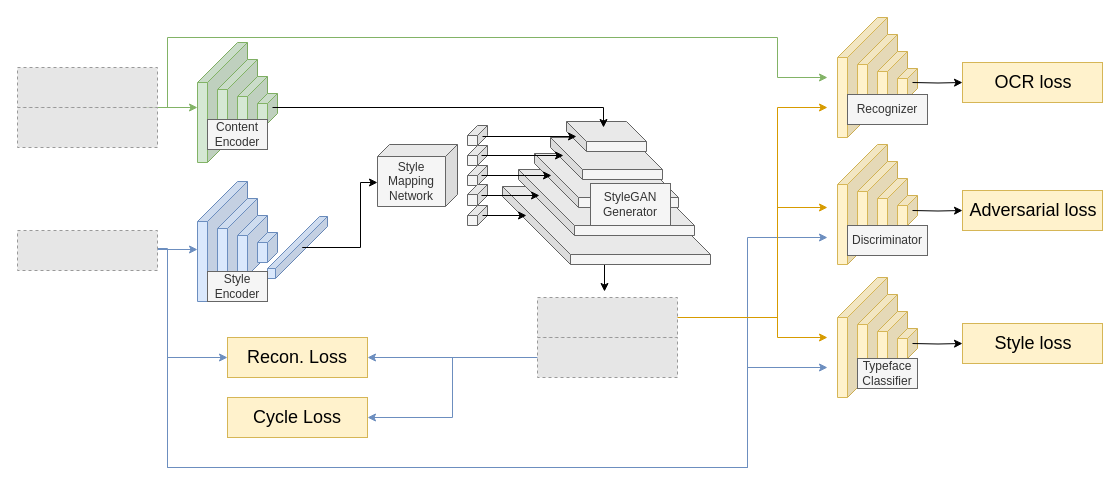
Earlier version of the draw.io diagram Text-deep-fake final diagram with reconstruction loss.drawio (SphericalPotatoInVacuum/2021-coursework). Source tidied: cells renumbered, new cells numbered last; positions are measured from the earlier drawing's top-left corner, leaving out a move shared by most shapes. Both pictures are drawn from the tidied source at 100%, with x=0, y=0 at pixel (17, 17). Pictures stored in the file or linked from it are replaced by grey dashed boxes.
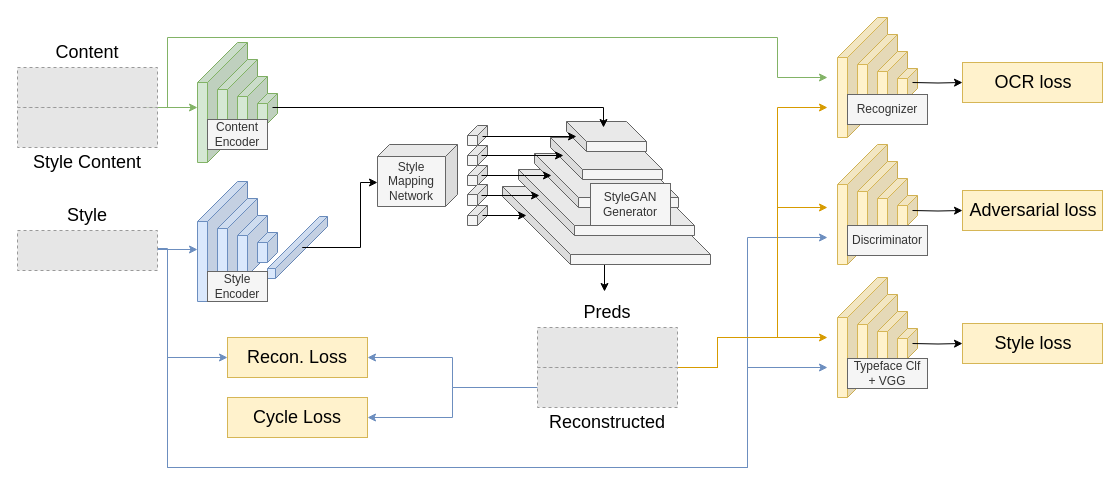
Above is the later version.

Change to the diagram source:
```diff
@@
-    <mxCell id="2" style="endArrow=classic;html=1;rounded=0;fillColor=#ffe6cc;strokeColor=#d79b00;" parent="1" edge="1">
+    <mxCell id="2" style="endArrow=classic;html=1;rounded=0;fillColor=#ffe6cc;strokeColor=#d79b00;exitX=1;exitY=1;exitDx=0;exitDy=0;" parent="1" edge="1" source="71">
       <mxGeometry relative="1" as="geometry">
-        <mxPoint x="645" y="300" as="sourcePoint" />
         <mxPoint x="810" y="90" as="targetPoint" />
         <Array as="points">
-          <mxPoint x="760" y="300" />
+          <mxPoint x="700" y="350" />
+          <mxPoint x="700" y="320" />
+          <mxPoint x="760" y="320" />
           <mxPoint x="760" y="90" />
         </Array>
       </mxGeometry>
     </mxCell>
@@
     <mxCell id="40" style="group;rounded=0;" parent="1" vertex="1">
-      <mxGeometry x="820" y="260" width="80" height="120" as="geometry" />
+      <mxGeometry x="820" y="260" width="90" height="120" as="geometry" />
     </mxCell>
@@
-    <mxCell id="45" value="&lt;div&gt;Typeface&lt;/div&gt;&lt;div&gt;Classifier&lt;br&gt;&lt;/div&gt;" style="text;html=1;align=center;verticalAlign=middle;whiteSpace=wrap;rounded=0;fillColor=#f5f5f5;fontColor=#333333;strokeColor=#666666;" parent="40" vertex="1">
-      <mxGeometry x="20" y="81" width="60" height="30" as="geometry" />
+    <mxCell id="45" value="&lt;div&gt;Typeface Clf&lt;br&gt;&lt;/div&gt;&lt;div&gt;+ VGG&lt;/div&gt;" style="text;html=1;align=center;verticalAlign=middle;whiteSpace=wrap;rounded=0;fillColor=#f5f5f5;fontColor=#333333;strokeColor=#666666;" parent="40" vertex="1">
+      <mxGeometry x="10" y="81" width="80" height="30" as="geometry" />
     </mxCell>
@@
-    <mxCell id="61" style="endArrow=classic;html=1;rounded=0;fillColor=#ffe6cc;strokeColor=#d79b00;" parent="1" edge="1">
+    <mxCell id="61" style="endArrow=classic;html=1;rounded=0;fillColor=#ffe6cc;strokeColor=#d79b00;exitX=1;exitY=0;exitDx=0;exitDy=0;" parent="1" edge="1" source="74">
       <mxGeometry relative="1" as="geometry">
-        <mxPoint x="645" y="300" as="sourcePoint" />
         <mxPoint x="810" y="320" as="targetPoint" />
         <Array as="points">
-          <mxPoint x="760" y="300" />
+          <mxPoint x="700" y="350" />
+          <mxPoint x="700" y="320" />
           <mxPoint x="760" y="320" />
         </Array>
       </mxGeometry>
     </mxCell>
-    <mxCell id="62" style="endArrow=classic;html=1;rounded=0;fillColor=#ffe6cc;strokeColor=#d79b00;" parent="1" edge="1">
+    <mxCell id="62" style="endArrow=classic;html=1;rounded=0;fillColor=#ffe6cc;strokeColor=#d79b00;exitX=1;exitY=1;exitDx=0;exitDy=0;" parent="1" edge="1" source="71">
       <mxGeometry relative="1" as="geometry">
-        <mxPoint x="645" y="300" as="sourcePoint" />
         <mxPoint x="810" y="190" as="targetPoint" />
         <Array as="points">
-          <mxPoint x="760" y="300" />
+          <mxPoint x="700" y="350" />
+          <mxPoint x="700" y="320" />
+          <mxPoint x="760" y="320" />
           <mxPoint x="760" y="190" />
         </Array>
       </mxGeometry>
     </mxCell>
@@
     <mxCell id="71" style="fillColor=#E6E6E6;strokeColor=#999999;dashed=1;verticalLabelPosition=bottom;labelBackgroundColor=default;verticalAlign=top;" parent="1" vertex="1">
-      <mxGeometry x="520" y="280" width="140" height="40" as="geometry" />
+      <mxGeometry x="520" y="310" width="140" height="40" as="geometry" />
     </mxCell>
@@
     <mxCell id="74" style="fillColor=#E6E6E6;strokeColor=#999999;dashed=1;verticalLabelPosition=bottom;labelBackgroundColor=default;verticalAlign=top;" parent="1" vertex="1">
-      <mxGeometry x="520" y="320" width="140" height="40" as="geometry" />
+      <mxGeometry x="520" y="350" width="140" height="40" as="geometry" />
     </mxCell>
@@
+    <mxCell id="79" value="Content" style="text;html=1;strokeColor=none;fillColor=none;align=center;verticalAlign=middle;whiteSpace=wrap;rounded=0;fontSize=18;" parent="1" vertex="1">
+      <mxGeometry y="20" width="140" height="30" as="geometry" />
+    </mxCell>
+    <mxCell id="80" value="Style Content" style="text;html=1;strokeColor=none;fillColor=none;align=center;verticalAlign=middle;whiteSpace=wrap;rounded=0;fontSize=18;" parent="1" vertex="1">
+      <mxGeometry y="130" width="140" height="30" as="geometry" />
+    </mxCell>
+    <mxCell id="81" value="Style" style="text;html=1;strokeColor=none;fillColor=none;align=center;verticalAlign=middle;whiteSpace=wrap;rounded=0;fontSize=18;" parent="1" vertex="1">
+      <mxGeometry y="183" width="140" height="30" as="geometry" />
+    </mxCell>
+    <mxCell id="82" value="Preds" style="text;html=1;strokeColor=none;fillColor=none;align=center;verticalAlign=middle;whiteSpace=wrap;rounded=0;fontSize=18;" parent="1" vertex="1">
+      <mxGeometry x="520" y="280" width="140" height="30" as="geometry" />
+    </mxCell>
+    <mxCell id="83" value="Reconstructed" style="text;html=1;strokeColor=none;fillColor=none;align=center;verticalAlign=middle;whiteSpace=wrap;rounded=0;fontSize=18;" parent="1" vertex="1">
+      <mxGeometry x="520" y="390" width="140" height="30" as="geometry" />
+    </mxCell>
```
